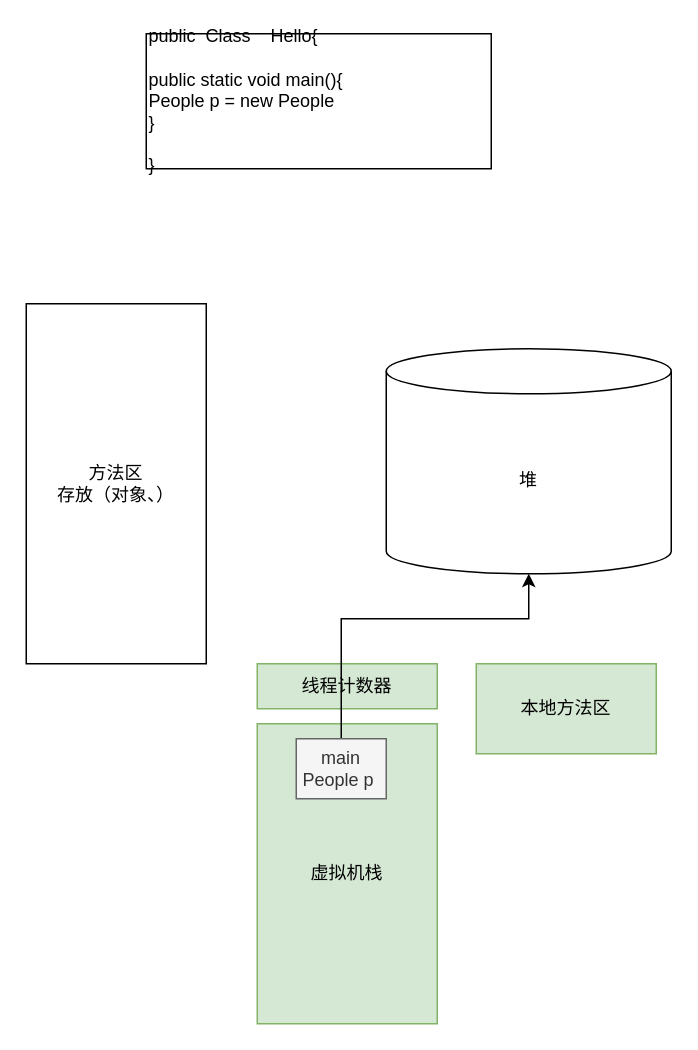
The draw.io diagram JVM内存区域.drawio in chenzhenguo/diagrams.net.note, before the edit. Source tidied: cells renumbered, new cells numbered last; positions are measured from the earlier drawing's top-left corner, leaving out a move shared by most shapes. Both pictures are drawn from the tidied source at 150%, with x=0, y=0 at pixel (26, 33).
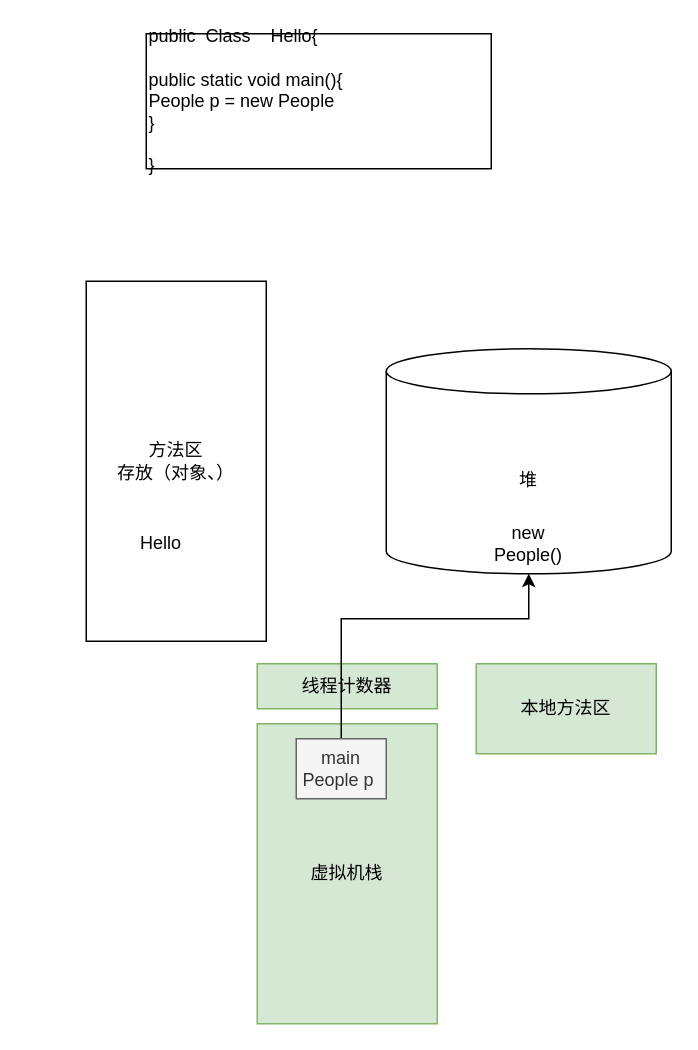
Above is the later version.

Commit message (it also covers changes not shown here):
更新JVM内存区域.drawio

What changed in the source:
```diff
@@
 <mxGraphModel>
   <root>
     <mxCell id="0" />
     <mxCell id="1" parent="0" />
     <mxCell id="2" value="方法区&lt;br&gt;存放（对象、）" style="rounded=0;whiteSpace=wrap;html=1;" parent="1" vertex="1">
-      <mxGeometry y="180" width="120" height="240" as="geometry" />
+      <mxGeometry x="40" y="165" width="120" height="240" as="geometry" />
     </mxCell>
     <mxCell id="3" value="堆" style="shape=cylinder3;whiteSpace=wrap;html=1;boundedLbl=1;backgroundOutline=1;size=15;" parent="1" vertex="1">
       <mxGeometry x="240" y="210" width="190" height="150" as="geometry" />
     </mxCell>
     <mxCell id="4" value="public&amp;nbsp; Class&amp;nbsp; &amp;nbsp; Hello{&lt;br&gt;&lt;br&gt;public static void main(){&lt;br&gt;People p = new People&lt;br&gt;}&lt;br&gt;&lt;br&gt;}" style="rounded=0;whiteSpace=wrap;html=1;align=left;" parent="1" vertex="1">
       <mxGeometry x="80" width="230" height="90" as="geometry" />
     </mxCell>
     <mxCell id="5" value="线程计数器" style="rounded=0;whiteSpace=wrap;html=1;fillColor=#d5e8d4;strokeColor=#82b366;" parent="1" vertex="1">
       <mxGeometry x="154" y="420" width="120" height="30" as="geometry" />
     </mxCell>
     <mxCell id="6" value="虚拟机栈" style="rounded=0;whiteSpace=wrap;html=1;fillColor=#d5e8d4;strokeColor=#82b366;" parent="1" vertex="1">
       <mxGeometry x="154" y="460" width="120" height="200" as="geometry" />
     </mxCell>
     <mxCell id="7" value="本地方法区" style="rounded=0;whiteSpace=wrap;html=1;fillColor=#d5e8d4;strokeColor=#82b366;" parent="1" vertex="1">
       <mxGeometry x="300" y="420" width="120" height="60" as="geometry" />
     </mxCell>
     <mxCell id="8" style="edgeStyle=orthogonalEdgeStyle;rounded=0;jettySize=auto;html=1;" parent="1" edge="1" source="9" target="3">
       <mxGeometry relative="1" as="geometry">
         <Array as="points">
           <mxPoint x="210" y="390" />
           <mxPoint x="335" y="390" />
         </Array>
       </mxGeometry>
     </mxCell>
     <mxCell id="9" value="main&lt;br&gt;People p&amp;nbsp;" style="rounded=0;whiteSpace=wrap;html=1;fillColor=#f5f5f5;strokeColor=#666666;fontColor=#333333;" parent="1" vertex="1">
       <mxGeometry x="180" y="470" width="60" height="40" as="geometry" />
     </mxCell>
+    <mxCell id="10" value="new People()" style="text;html=1;strokeColor=none;fillColor=none;align=center;verticalAlign=middle;whiteSpace=wrap;rounded=0;" parent="1" vertex="1">
+      <mxGeometry x="315" y="330" width="40" height="20" as="geometry" />
+    </mxCell>
+    <mxCell id="11" value="Hello" style="text;html=1;strokeColor=none;fillColor=none;align=center;verticalAlign=middle;whiteSpace=wrap;rounded=0;" parent="1" vertex="1">
+      <mxGeometry x="70" y="330" width="40" height="20" as="geometry" />
+    </mxCell>
   </root>
 </mxGraphModel>
```
